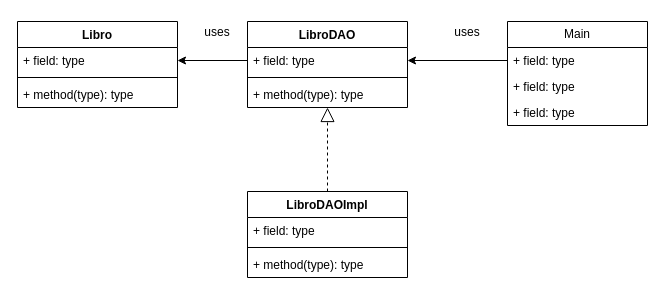
Above: Diagramas/Inventario/DAO.drawio in JorgeADnro/Torres (draw.io), before the change. Source tidied: cells renumbered, new cells numbered last; positions are measured from the earlier drawing's top-left corner, leaving out a move shared by most shapes. Both pictures are drawn from the tidied source at 100%, with x=0, y=0 at pixel (17, 17).
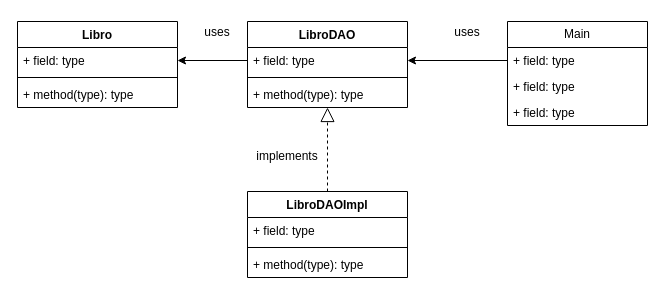
Above is the later version.

Diff of the diagram source:
```diff
@@
+    <mxCell id="23" value="implements" style="text;html=1;strokeColor=none;fillColor=none;align=center;verticalAlign=middle;whiteSpace=wrap;rounded=0;" parent="1" vertex="1">
+      <mxGeometry x="240" y="124" width="60" height="30" as="geometry" />
+    </mxCell>
```
